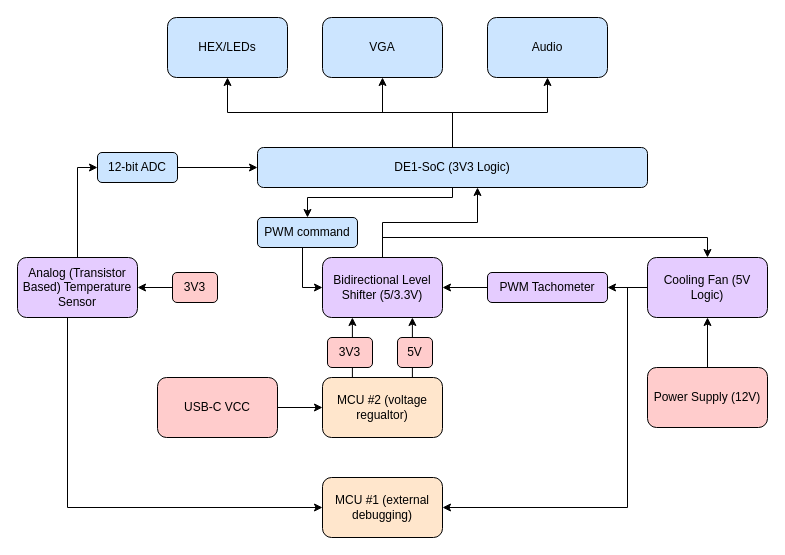
This is ece243_final.drawio from samarqureshii/biosSettings, a draw.io file, before an edit. Source tidied: cells renumbered, new cells numbered last; positions are measured from the earlier drawing's top-left corner, leaving out a move shared by most shapes. Both pictures are drawn from the tidied source at 100%, with x=0, y=0 at pixel (17, 17).
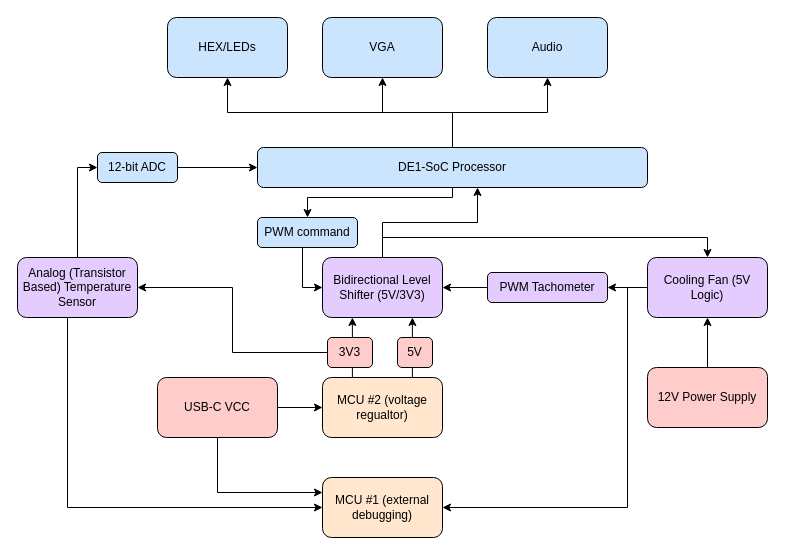
Above is the later version.

Unchanged cells that the change refers to:
```xml
<mxCell id="8" value="MCU #1 (external debugging)" style="rounded=1;whiteSpace=wrap;html=1;fillColor=#FFE6CC;" parent="1" vertex="1">
  <mxGeometry x="305" y="460" width="120" height="60" as="geometry" />
</mxCell>
<mxCell id="14" value="Analog (Transistor Based) Temperature Sensor" style="rounded=1;whiteSpace=wrap;html=1;fillColor=#E5CCFF;" parent="1" vertex="1">
  <mxGeometry y="240" width="120" height="60" as="geometry" />
</mxCell>
<mxCell id="24" value="USB-C VCC" style="rounded=1;whiteSpace=wrap;html=1;fillColor=#FFCCCC;" parent="1" vertex="1">
  <mxGeometry x="140" y="360" width="120" height="60" as="geometry" />
</mxCell>
<mxCell id="27" value="3V3" style="html=1;align=center;verticalAlign=middle;whiteSpace=wrap;rounded=1;fillColor=#FFCCCC;" parent="1" vertex="1">
  <mxGeometry x="310" y="320" width="45" height="30" as="geometry" />
</mxCell>
```

Change to the diagram source:
```diff
@@
-    <mxCell id="6" value="DE1-SoC (3V3 Logic)" style="rounded=1;whiteSpace=wrap;html=1;fillColor=#CCE5FF;" parent="1" vertex="1">
+    <mxCell id="6" value="DE1-SoC Processor" style="rounded=1;whiteSpace=wrap;html=1;fillColor=#CCE5FF;" parent="1" vertex="1">
       <mxGeometry x="240" y="130" width="390" height="40" as="geometry" />
     </mxCell>
@@
-    <mxCell id="17" value="Bidirectional Level Shifter (5/3.3V)" style="rounded=1;whiteSpace=wrap;html=1;fillColor=#E5CCFF;" parent="1" vertex="1">
+    <mxCell id="17" value="Bidirectional Level Shifter (5V/3V3)" style="rounded=1;whiteSpace=wrap;html=1;fillColor=#E5CCFF;" parent="1" vertex="1">
       <mxGeometry x="305" y="240" width="120" height="60" as="geometry" />
     </mxCell>
@@
-    <mxCell id="22" value="Power Supply (12V)" style="rounded=1;whiteSpace=wrap;html=1;fillColor=#FFCCCC;" parent="1" vertex="1">
+    <mxCell id="22" value="12V Power Supply" style="rounded=1;whiteSpace=wrap;html=1;fillColor=#FFCCCC;" parent="1" vertex="1">
       <mxGeometry x="630" y="350" width="120" height="60" as="geometry" />
     </mxCell>
@@
+    <mxCell id="38" style="edgeStyle=orthogonalEdgeStyle;rounded=0;jettySize=auto;html=1;entryX=0;entryY=0.25;entryDx=0;entryDy=0;" parent="1" edge="1" source="24" target="8">
+      <mxGeometry relative="1" as="geometry">
+        <Array as="points">
+          <mxPoint x="200" y="475" />
+        </Array>
+      </mxGeometry>
+    </mxCell>
@@
+    <mxCell id="39" style="edgeStyle=orthogonalEdgeStyle;rounded=0;jettySize=auto;html=1;entryX=1;entryY=0.5;entryDx=0;entryDy=0;" parent="1" edge="1" source="27" target="14">
+      <mxGeometry relative="1" as="geometry" />
+    </mxCell>
@@
-    <mxCell id="32" style="edgeStyle=orthogonalEdgeStyle;rounded=0;jettySize=auto;html=1;" parent="1" edge="1" source="33" target="14">
-      <mxGeometry relative="1" as="geometry" />
-    </mxCell>
-    <mxCell id="33" value="3V3" style="html=1;align=center;verticalAlign=middle;whiteSpace=wrap;rounded=1;fillColor=#FFCCCC;" parent="1" vertex="1">
-      <mxGeometry x="155" y="255" width="45" height="30" as="geometry" />
-    </mxCell>
```
